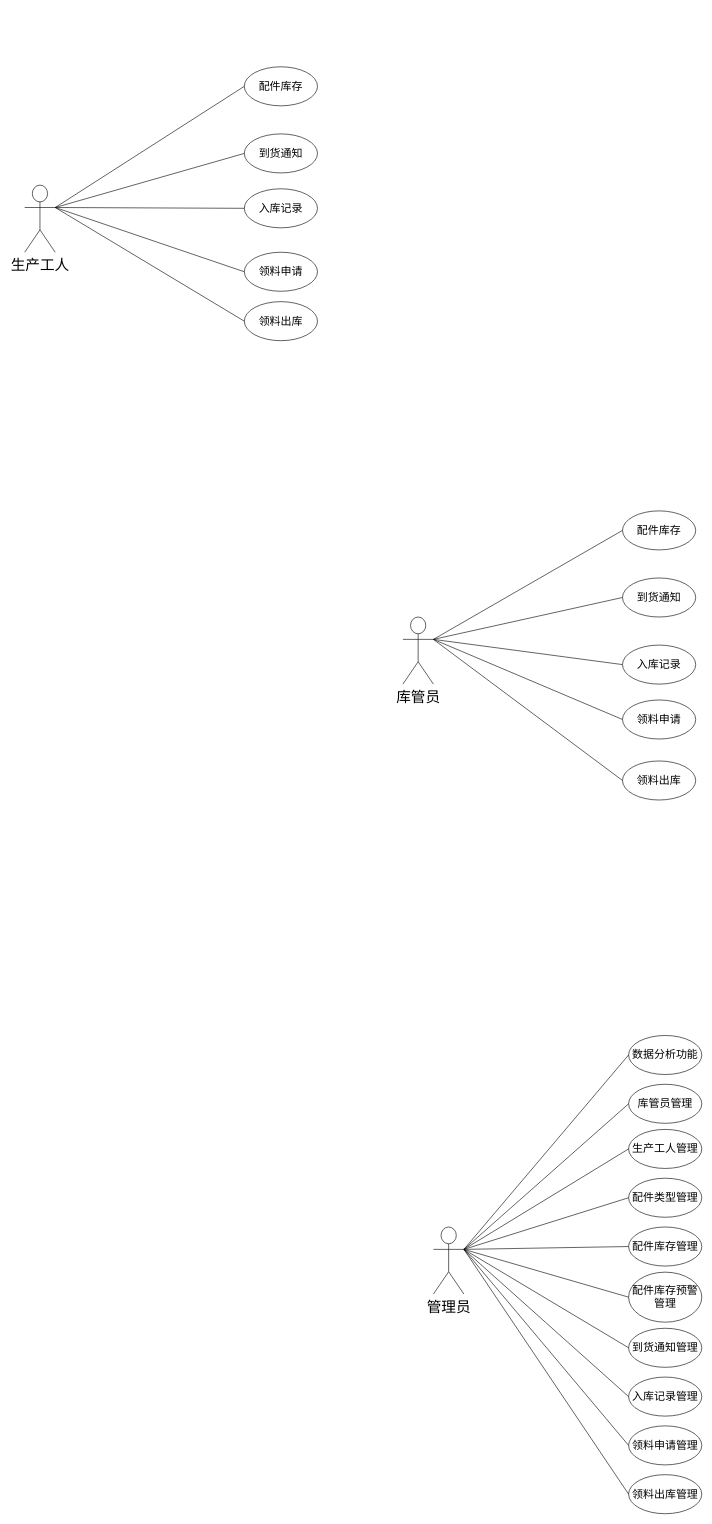
Earlier version of the draw.io diagram 用例图.drawio (000Ljx/Endorphins). Source tidied: cells renumbered, new cells numbered last; positions are measured from the earlier drawing's top-left corner, leaving out a move shared by most shapes. Both pictures are drawn from the tidied source at 61%, with x=0, y=0 at pixel (24, 66).
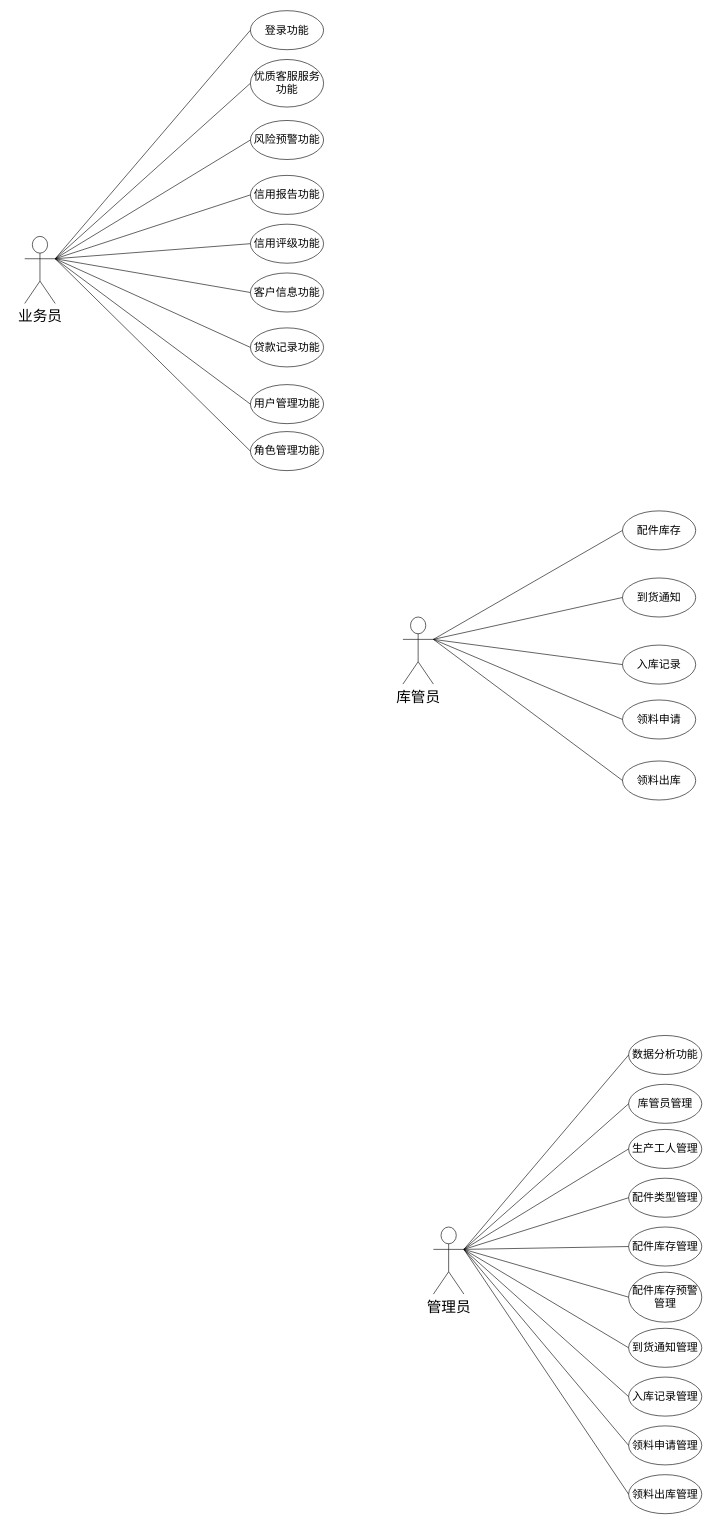
The same diagram, later.

Commit message:
更新用例图.drawio

The edit, as a diff of the source:
```diff
@@
-    <mxCell id="34" value="&lt;span style=&quot;font-size: 24px;&quot;&gt;生产工人&lt;/span&gt;" style="shape=umlActor;verticalLabelPosition=bottom;verticalAlign=top;html=1;outlineConnect=0;" parent="1" vertex="1">
-      <mxGeometry y="194" width="50" height="110" as="geometry" />
+    <mxCell id="34" value="&lt;span style=&quot;font-size: 24px;&quot;&gt;业务员&lt;/span&gt;" style="shape=umlActor;verticalLabelPosition=bottom;verticalAlign=top;html=1;outlineConnect=0;" parent="1" vertex="1">
+      <mxGeometry y="278" width="50" height="110" as="geometry" />
     </mxCell>
-    <mxCell id="35" value="&lt;font style=&quot;font-size: 18px;&quot;&gt;配件库存&lt;/font&gt;" style="ellipse;whiteSpace=wrap;html=1;" parent="1" vertex="1">
-      <mxGeometry x="360" width="120" height="64" as="geometry" />
+    <mxCell id="35" value="&lt;font style=&quot;font-size: 18px;&quot;&gt;登录功能&lt;/font&gt;" style="ellipse;whiteSpace=wrap;html=1;" parent="1" vertex="1">
+      <mxGeometry x="370" y="-92" width="120" height="64" as="geometry" />
     </mxCell>
-    <mxCell id="36" value="&lt;font style=&quot;font-size: 18px;&quot;&gt;到货通知&lt;/font&gt;" style="ellipse;whiteSpace=wrap;html=1;" parent="1" vertex="1">
-      <mxGeometry x="360" y="110" width="120" height="64" as="geometry" />
+    <mxCell id="36" value="&lt;span style=&quot;font-size: 18px;&quot;&gt;优质客服服务功能&lt;/span&gt;" style="ellipse;whiteSpace=wrap;html=1;" parent="1" vertex="1">
+      <mxGeometry x="370" y="-12" width="120" height="78" as="geometry" />
     </mxCell>
-    <mxCell id="37" value="&lt;font style=&quot;font-size: 18px;&quot;&gt;入库记录&lt;/font&gt;" style="ellipse;whiteSpace=wrap;html=1;" parent="1" vertex="1">
-      <mxGeometry x="360" y="200" width="120" height="64" as="geometry" />
+    <mxCell id="37" value="&lt;span style=&quot;font-size: 18px;&quot;&gt;风险预警功能&lt;/span&gt;" style="ellipse;whiteSpace=wrap;html=1;" parent="1" vertex="1">
+      <mxGeometry x="370" y="88" width="120" height="64" as="geometry" />
     </mxCell>
-    <mxCell id="38" value="&lt;font style=&quot;font-size: 18px;&quot;&gt;领料申请&lt;/font&gt;" style="ellipse;whiteSpace=wrap;html=1;" parent="1" vertex="1">
-      <mxGeometry x="360" y="304" width="120" height="64" as="geometry" />
+    <mxCell id="38" value="&lt;font style=&quot;font-size: 18px;&quot;&gt;信用报告功能&lt;/font&gt;" style="ellipse;whiteSpace=wrap;html=1;" parent="1" vertex="1">
+      <mxGeometry x="370" y="178" width="120" height="64" as="geometry" />
     </mxCell>
-    <mxCell id="39" value="&lt;font style=&quot;font-size: 18px;&quot;&gt;领料出库&lt;/font&gt;" style="ellipse;whiteSpace=wrap;html=1;" parent="1" vertex="1">
-      <mxGeometry x="360" y="385" width="120" height="64" as="geometry" />
+    <mxCell id="39" value="&lt;font style=&quot;font-size: 18px;&quot;&gt;信用评级功能&lt;/font&gt;" style="ellipse;whiteSpace=wrap;html=1;" parent="1" vertex="1">
+      <mxGeometry x="370" y="258" width="120" height="64" as="geometry" />
     </mxCell>
@@
+    <mxCell id="45" value="&lt;font style=&quot;font-size: 18px;&quot;&gt;客户信息功能&lt;/font&gt;" style="ellipse;whiteSpace=wrap;html=1;" parent="1" vertex="1">
+      <mxGeometry x="370" y="338" width="120" height="64" as="geometry" />
+    </mxCell>
+    <mxCell id="46" value="&lt;font style=&quot;font-size: 18px;&quot;&gt;贷款记录功能&lt;/font&gt;" style="ellipse;whiteSpace=wrap;html=1;" parent="1" vertex="1">
+      <mxGeometry x="370" y="428" width="120" height="64" as="geometry" />
+    </mxCell>
+    <mxCell id="47" value="&lt;font style=&quot;font-size: 18px;&quot;&gt;用户管理功能&lt;/font&gt;" style="ellipse;whiteSpace=wrap;html=1;" parent="1" vertex="1">
+      <mxGeometry x="370" y="521" width="120" height="64" as="geometry" />
+    </mxCell>
+    <mxCell id="48" value="&lt;font style=&quot;font-size: 18px;&quot;&gt;角色管理功能&lt;/font&gt;" style="ellipse;whiteSpace=wrap;html=1;" parent="1" vertex="1">
+      <mxGeometry x="370" y="598" width="120" height="64" as="geometry" />
+    </mxCell>
+    <mxCell id="49" style="endArrow=none;html=1;rounded=0;entryX=0;entryY=0.5;entryDx=0;entryDy=0;exitX=1;exitY=0.3333333333333333;exitDx=0;exitDy=0;exitPerimeter=0;" parent="1" edge="1" source="34" target="45">
+      <mxGeometry relative="1" as="geometry" />
+    </mxCell>
+    <mxCell id="50" style="endArrow=none;html=1;rounded=0;entryX=0;entryY=0.5;entryDx=0;entryDy=0;exitX=1;exitY=0.3333333333333333;exitDx=0;exitDy=0;exitPerimeter=0;" parent="1" edge="1" source="34" target="46">
+      <mxGeometry relative="1" as="geometry" />
+    </mxCell>
+    <mxCell id="51" style="endArrow=none;html=1;rounded=0;entryX=0;entryY=0.5;entryDx=0;entryDy=0;exitX=1;exitY=0.3333333333333333;exitDx=0;exitDy=0;exitPerimeter=0;" parent="1" edge="1" source="34" target="47">
+      <mxGeometry relative="1" as="geometry" />
+    </mxCell>
+    <mxCell id="52" style="endArrow=none;html=1;rounded=0;entryX=0;entryY=0.5;entryDx=0;entryDy=0;exitX=1;exitY=0.3333333333333333;exitDx=0;exitDy=0;exitPerimeter=0;" parent="1" edge="1" source="34" target="48">
+      <mxGeometry relative="1" as="geometry" />
+    </mxCell>
```
